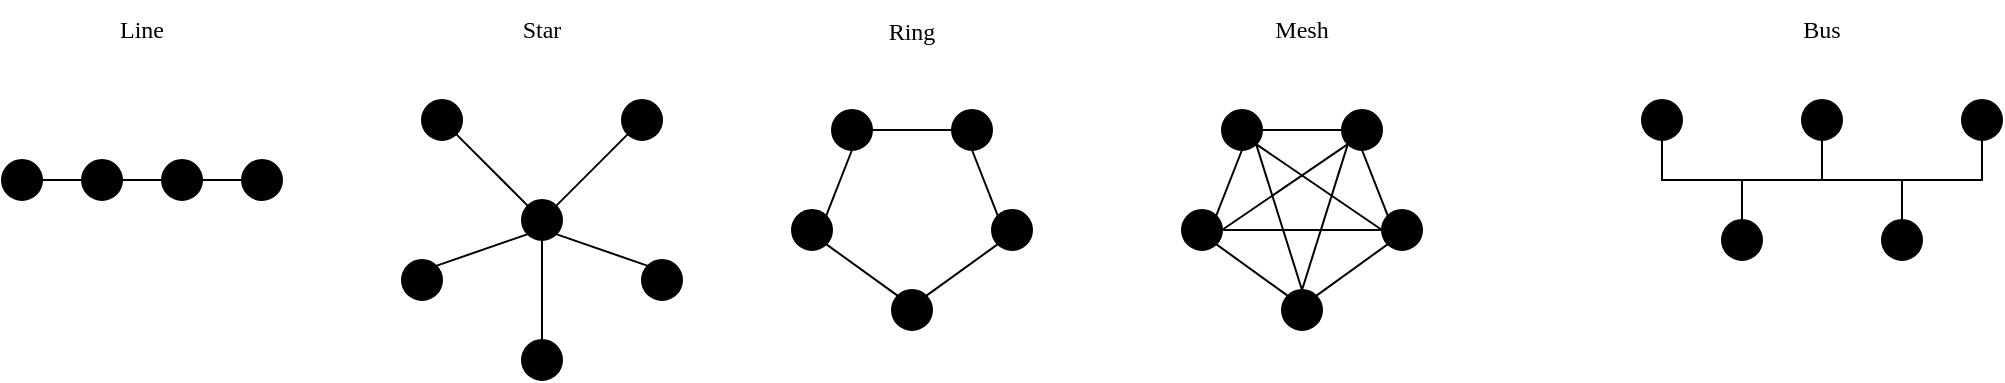
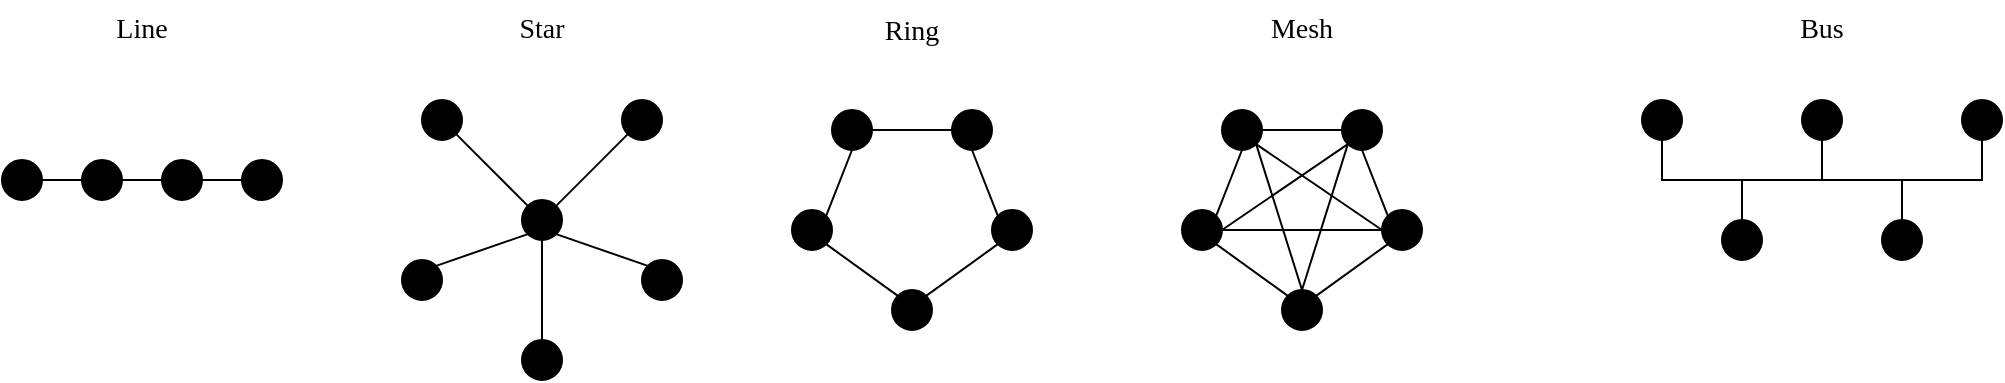
<mxfile host="app.diagrams.net">
  <diagram name="Page-1" id="yK_tbJv7rl6js9HiiblT">
-     <mxGraphModel dx="1084" dy="604" grid="1" gridSize="10" guides="1" tooltips="1" connect="1" arrows="1" fold="1" page="1" pageScale="1" pageWidth="1169" pageHeight="1654" math="0" shadow="0">
+     <mxGraphModel dx="1030" dy="574" grid="1" gridSize="10" guides="1" tooltips="1" connect="1" arrows="1" fold="1" page="1" pageScale="1" pageWidth="1169" pageHeight="1654" math="0" shadow="0">
      <root>
        <mxCell id="0" />
        <mxCell id="1" parent="0" />
-         <mxCell id="MvUgneBCIM3psvosDdLl-6" edge="1" parent="1" source="MvUgneBCIM3psvosDdLl-2" style="edgeStyle=orthogonalEdgeStyle;rounded=0;orthogonalLoop=1;jettySize=auto;html=1;exitX=1;exitY=0.5;exitDx=0;exitDy=0;entryX=0;entryY=0.5;entryDx=0;entryDy=0;endArrow=none;endFill=0;fontFamily=modern;fontSource=https%3A%2F%2Fsourceforge.net%2Fprojects%2Fcm-unicode%2F;" target="MvUgneBCIM3psvosDdLl-3">
+         <mxCell id="MvUgneBCIM3psvosDdLl-6" edge="1" parent="1" source="MvUgneBCIM3psvosDdLl-2" style="edgeStyle=orthogonalEdgeStyle;rounded=0;orthogonalLoop=1;jettySize=auto;html=1;exitX=1;exitY=0.5;exitDx=0;exitDy=0;entryX=0;entryY=0.5;entryDx=0;entryDy=0;endArrow=none;endFill=0;fontFamily=modern;fontSource=https%3A%2F%2Fsourceforge.net%2Fprojects%2Fcm-unicode%2F;fontSize=14;" target="MvUgneBCIM3psvosDdLl-3">
          <mxGeometry relative="1" as="geometry" />
        </mxCell>
-         <mxCell id="MvUgneBCIM3psvosDdLl-2" parent="1" style="ellipse;whiteSpace=wrap;html=1;aspect=fixed;fillColor=light-dark(#000000,#000000);fontFamily=modern;fontSource=https%3A%2F%2Fsourceforge.net%2Fprojects%2Fcm-unicode%2F;" value="" vertex="1">
+         <mxCell id="MvUgneBCIM3psvosDdLl-2" parent="1" style="ellipse;whiteSpace=wrap;html=1;aspect=fixed;fillColor=light-dark(#000000,#000000);fontFamily=modern;fontSource=https%3A%2F%2Fsourceforge.net%2Fprojects%2Fcm-unicode%2F;fontSize=14;" value="" vertex="1">
          <mxGeometry height="20" width="20" x="70" y="150" as="geometry" />
        </mxCell>
-         <mxCell id="MvUgneBCIM3psvosDdLl-8" edge="1" parent="1" source="MvUgneBCIM3psvosDdLl-3" style="edgeStyle=orthogonalEdgeStyle;rounded=0;orthogonalLoop=1;jettySize=auto;html=1;exitX=1;exitY=0.5;exitDx=0;exitDy=0;entryX=0;entryY=0.5;entryDx=0;entryDy=0;endArrow=none;endFill=0;fontFamily=modern;fontSource=https%3A%2F%2Fsourceforge.net%2Fprojects%2Fcm-unicode%2F;" target="MvUgneBCIM3psvosDdLl-4">
+         <mxCell id="MvUgneBCIM3psvosDdLl-8" edge="1" parent="1" source="MvUgneBCIM3psvosDdLl-3" style="edgeStyle=orthogonalEdgeStyle;rounded=0;orthogonalLoop=1;jettySize=auto;html=1;exitX=1;exitY=0.5;exitDx=0;exitDy=0;entryX=0;entryY=0.5;entryDx=0;entryDy=0;endArrow=none;endFill=0;fontFamily=modern;fontSource=https%3A%2F%2Fsourceforge.net%2Fprojects%2Fcm-unicode%2F;fontSize=14;" target="MvUgneBCIM3psvosDdLl-4">
          <mxGeometry relative="1" as="geometry" />
        </mxCell>
-         <mxCell id="MvUgneBCIM3psvosDdLl-3" parent="1" style="ellipse;whiteSpace=wrap;html=1;aspect=fixed;fillColor=light-dark(#000000,#000000);fontFamily=modern;fontSource=https%3A%2F%2Fsourceforge.net%2Fprojects%2Fcm-unicode%2F;" value="" vertex="1">
+         <mxCell id="MvUgneBCIM3psvosDdLl-3" parent="1" style="ellipse;whiteSpace=wrap;html=1;aspect=fixed;fillColor=light-dark(#000000,#000000);fontFamily=modern;fontSource=https%3A%2F%2Fsourceforge.net%2Fprojects%2Fcm-unicode%2F;fontSize=14;" value="" vertex="1">
          <mxGeometry height="20" width="20" x="110" y="150" as="geometry" />
        </mxCell>
-         <mxCell id="MvUgneBCIM3psvosDdLl-9" edge="1" parent="1" source="MvUgneBCIM3psvosDdLl-4" style="edgeStyle=orthogonalEdgeStyle;rounded=0;orthogonalLoop=1;jettySize=auto;html=1;exitX=1;exitY=0.5;exitDx=0;exitDy=0;entryX=0;entryY=0.5;entryDx=0;entryDy=0;endArrow=none;endFill=0;fontFamily=modern;fontSource=https%3A%2F%2Fsourceforge.net%2Fprojects%2Fcm-unicode%2F;" target="MvUgneBCIM3psvosDdLl-5">
+         <mxCell id="MvUgneBCIM3psvosDdLl-9" edge="1" parent="1" source="MvUgneBCIM3psvosDdLl-4" style="edgeStyle=orthogonalEdgeStyle;rounded=0;orthogonalLoop=1;jettySize=auto;html=1;exitX=1;exitY=0.5;exitDx=0;exitDy=0;entryX=0;entryY=0.5;entryDx=0;entryDy=0;endArrow=none;endFill=0;fontFamily=modern;fontSource=https%3A%2F%2Fsourceforge.net%2Fprojects%2Fcm-unicode%2F;fontSize=14;" target="MvUgneBCIM3psvosDdLl-5">
          <mxGeometry relative="1" as="geometry" />
        </mxCell>
-         <mxCell id="MvUgneBCIM3psvosDdLl-4" parent="1" style="ellipse;whiteSpace=wrap;html=1;aspect=fixed;fillColor=light-dark(#000000,#000000);fontFamily=modern;fontSource=https%3A%2F%2Fsourceforge.net%2Fprojects%2Fcm-unicode%2F;" value="" vertex="1">
+         <mxCell id="MvUgneBCIM3psvosDdLl-4" parent="1" style="ellipse;whiteSpace=wrap;html=1;aspect=fixed;fillColor=light-dark(#000000,#000000);fontFamily=modern;fontSource=https%3A%2F%2Fsourceforge.net%2Fprojects%2Fcm-unicode%2F;fontSize=14;" value="" vertex="1">
          <mxGeometry height="20" width="20" x="150" y="150" as="geometry" />
        </mxCell>
-         <mxCell id="MvUgneBCIM3psvosDdLl-5" parent="1" style="ellipse;whiteSpace=wrap;html=1;aspect=fixed;fillColor=light-dark(#000000,#000000);fontFamily=modern;fontSource=https%3A%2F%2Fsourceforge.net%2Fprojects%2Fcm-unicode%2F;" value="" vertex="1">
+         <mxCell id="MvUgneBCIM3psvosDdLl-5" parent="1" style="ellipse;whiteSpace=wrap;html=1;aspect=fixed;fillColor=light-dark(#000000,#000000);fontFamily=modern;fontSource=https%3A%2F%2Fsourceforge.net%2Fprojects%2Fcm-unicode%2F;fontSize=14;" value="" vertex="1">
          <mxGeometry height="20" width="20" x="190" y="150" as="geometry" />
        </mxCell>
-         <mxCell id="MvUgneBCIM3psvosDdLl-10" parent="1" style="ellipse;whiteSpace=wrap;html=1;aspect=fixed;fillColor=light-dark(#000000,#000000);fontFamily=modern;fontSource=https%3A%2F%2Fsourceforge.net%2Fprojects%2Fcm-unicode%2F;" value="" vertex="1">
+         <mxCell id="MvUgneBCIM3psvosDdLl-10" parent="1" style="ellipse;whiteSpace=wrap;html=1;aspect=fixed;fillColor=light-dark(#000000,#000000);fontFamily=modern;fontSource=https%3A%2F%2Fsourceforge.net%2Fprojects%2Fcm-unicode%2F;fontSize=14;" value="" vertex="1">
          <mxGeometry height="20" width="20" x="330" y="170" as="geometry" />
        </mxCell>
-         <mxCell id="MvUgneBCIM3psvosDdLl-19" edge="1" parent="1" source="MvUgneBCIM3psvosDdLl-11" style="rounded=0;orthogonalLoop=1;jettySize=auto;html=1;exitX=0;exitY=1;exitDx=0;exitDy=0;entryX=1;entryY=0;entryDx=0;entryDy=0;endArrow=none;endFill=0;fontFamily=modern;fontSource=https%3A%2F%2Fsourceforge.net%2Fprojects%2Fcm-unicode%2F;" target="MvUgneBCIM3psvosDdLl-10">
+         <mxCell id="MvUgneBCIM3psvosDdLl-19" edge="1" parent="1" source="MvUgneBCIM3psvosDdLl-11" style="rounded=0;orthogonalLoop=1;jettySize=auto;html=1;exitX=0;exitY=1;exitDx=0;exitDy=0;entryX=1;entryY=0;entryDx=0;entryDy=0;endArrow=none;endFill=0;fontFamily=modern;fontSource=https%3A%2F%2Fsourceforge.net%2Fprojects%2Fcm-unicode%2F;fontSize=14;" target="MvUgneBCIM3psvosDdLl-10">
          <mxGeometry relative="1" as="geometry" />
        </mxCell>
-         <mxCell id="MvUgneBCIM3psvosDdLl-11" parent="1" style="ellipse;whiteSpace=wrap;html=1;aspect=fixed;fillColor=light-dark(#000000,#000000);fontFamily=modern;fontSource=https%3A%2F%2Fsourceforge.net%2Fprojects%2Fcm-unicode%2F;" value="" vertex="1">
+         <mxCell id="MvUgneBCIM3psvosDdLl-11" parent="1" style="ellipse;whiteSpace=wrap;html=1;aspect=fixed;fillColor=light-dark(#000000,#000000);fontFamily=modern;fontSource=https%3A%2F%2Fsourceforge.net%2Fprojects%2Fcm-unicode%2F;fontSize=14;" value="" vertex="1">
          <mxGeometry height="20" width="20" x="380" y="120" as="geometry" />
        </mxCell>
-         <mxCell id="MvUgneBCIM3psvosDdLl-20" edge="1" parent="1" source="MvUgneBCIM3psvosDdLl-12" style="rounded=0;orthogonalLoop=1;jettySize=auto;html=1;exitX=1;exitY=1;exitDx=0;exitDy=0;entryX=0;entryY=0;entryDx=0;entryDy=0;endArrow=none;endFill=0;fontFamily=modern;fontSource=https%3A%2F%2Fsourceforge.net%2Fprojects%2Fcm-unicode%2F;" target="MvUgneBCIM3psvosDdLl-10">
+         <mxCell id="MvUgneBCIM3psvosDdLl-20" edge="1" parent="1" source="MvUgneBCIM3psvosDdLl-12" style="rounded=0;orthogonalLoop=1;jettySize=auto;html=1;exitX=1;exitY=1;exitDx=0;exitDy=0;entryX=0;entryY=0;entryDx=0;entryDy=0;endArrow=none;endFill=0;fontFamily=modern;fontSource=https%3A%2F%2Fsourceforge.net%2Fprojects%2Fcm-unicode%2F;fontSize=14;" target="MvUgneBCIM3psvosDdLl-10">
          <mxGeometry relative="1" as="geometry" />
        </mxCell>
-         <mxCell id="MvUgneBCIM3psvosDdLl-12" parent="1" style="ellipse;whiteSpace=wrap;html=1;aspect=fixed;fillColor=light-dark(#000000,#000000);fontFamily=modern;fontSource=https%3A%2F%2Fsourceforge.net%2Fprojects%2Fcm-unicode%2F;" value="" vertex="1">
+         <mxCell id="MvUgneBCIM3psvosDdLl-12" parent="1" style="ellipse;whiteSpace=wrap;html=1;aspect=fixed;fillColor=light-dark(#000000,#000000);fontFamily=modern;fontSource=https%3A%2F%2Fsourceforge.net%2Fprojects%2Fcm-unicode%2F;fontSize=14;" value="" vertex="1">
          <mxGeometry height="20" width="20" x="280" y="120" as="geometry" />
        </mxCell>
-         <mxCell id="MvUgneBCIM3psvosDdLl-16" edge="1" parent="1" source="MvUgneBCIM3psvosDdLl-13" style="rounded=0;orthogonalLoop=1;jettySize=auto;html=1;exitX=1;exitY=0;exitDx=0;exitDy=0;entryX=0;entryY=1;entryDx=0;entryDy=0;endArrow=none;endFill=0;fontFamily=modern;fontSource=https%3A%2F%2Fsourceforge.net%2Fprojects%2Fcm-unicode%2F;" target="MvUgneBCIM3psvosDdLl-10">
+         <mxCell id="MvUgneBCIM3psvosDdLl-16" edge="1" parent="1" source="MvUgneBCIM3psvosDdLl-13" style="rounded=0;orthogonalLoop=1;jettySize=auto;html=1;exitX=1;exitY=0;exitDx=0;exitDy=0;entryX=0;entryY=1;entryDx=0;entryDy=0;endArrow=none;endFill=0;fontFamily=modern;fontSource=https%3A%2F%2Fsourceforge.net%2Fprojects%2Fcm-unicode%2F;fontSize=14;" target="MvUgneBCIM3psvosDdLl-10">
          <mxGeometry relative="1" as="geometry" />
        </mxCell>
-         <mxCell id="MvUgneBCIM3psvosDdLl-13" parent="1" style="ellipse;whiteSpace=wrap;html=1;aspect=fixed;fillColor=light-dark(#000000,#000000);fontFamily=modern;fontSource=https%3A%2F%2Fsourceforge.net%2Fprojects%2Fcm-unicode%2F;" value="" vertex="1">
+         <mxCell id="MvUgneBCIM3psvosDdLl-13" parent="1" style="ellipse;whiteSpace=wrap;html=1;aspect=fixed;fillColor=light-dark(#000000,#000000);fontFamily=modern;fontSource=https%3A%2F%2Fsourceforge.net%2Fprojects%2Fcm-unicode%2F;fontSize=14;" value="" vertex="1">
          <mxGeometry height="20" width="20" x="270" y="200" as="geometry" />
        </mxCell>
-         <mxCell id="MvUgneBCIM3psvosDdLl-18" edge="1" parent="1" source="MvUgneBCIM3psvosDdLl-14" style="rounded=0;orthogonalLoop=1;jettySize=auto;html=1;exitX=0;exitY=0;exitDx=0;exitDy=0;entryX=1;entryY=1;entryDx=0;entryDy=0;endArrow=none;endFill=0;fontFamily=modern;fontSource=https%3A%2F%2Fsourceforge.net%2Fprojects%2Fcm-unicode%2F;" target="MvUgneBCIM3psvosDdLl-10">
+         <mxCell id="MvUgneBCIM3psvosDdLl-18" edge="1" parent="1" source="MvUgneBCIM3psvosDdLl-14" style="rounded=0;orthogonalLoop=1;jettySize=auto;html=1;exitX=0;exitY=0;exitDx=0;exitDy=0;entryX=1;entryY=1;entryDx=0;entryDy=0;endArrow=none;endFill=0;fontFamily=modern;fontSource=https%3A%2F%2Fsourceforge.net%2Fprojects%2Fcm-unicode%2F;fontSize=14;" target="MvUgneBCIM3psvosDdLl-10">
          <mxGeometry relative="1" as="geometry" />
        </mxCell>
-         <mxCell id="MvUgneBCIM3psvosDdLl-14" parent="1" style="ellipse;whiteSpace=wrap;html=1;aspect=fixed;fillColor=light-dark(#000000,#000000);fontFamily=modern;fontSource=https%3A%2F%2Fsourceforge.net%2Fprojects%2Fcm-unicode%2F;" value="" vertex="1">
+         <mxCell id="MvUgneBCIM3psvosDdLl-14" parent="1" style="ellipse;whiteSpace=wrap;html=1;aspect=fixed;fillColor=light-dark(#000000,#000000);fontFamily=modern;fontSource=https%3A%2F%2Fsourceforge.net%2Fprojects%2Fcm-unicode%2F;fontSize=14;" value="" vertex="1">
          <mxGeometry height="20" width="20" x="390" y="200" as="geometry" />
        </mxCell>
-         <mxCell id="MvUgneBCIM3psvosDdLl-17" edge="1" parent="1" source="MvUgneBCIM3psvosDdLl-15" style="rounded=0;orthogonalLoop=1;jettySize=auto;html=1;exitX=0.5;exitY=0;exitDx=0;exitDy=0;entryX=0.5;entryY=1;entryDx=0;entryDy=0;endArrow=none;endFill=0;fontFamily=modern;fontSource=https%3A%2F%2Fsourceforge.net%2Fprojects%2Fcm-unicode%2F;" target="MvUgneBCIM3psvosDdLl-10">
+         <mxCell id="MvUgneBCIM3psvosDdLl-17" edge="1" parent="1" source="MvUgneBCIM3psvosDdLl-15" style="rounded=0;orthogonalLoop=1;jettySize=auto;html=1;exitX=0.5;exitY=0;exitDx=0;exitDy=0;entryX=0.5;entryY=1;entryDx=0;entryDy=0;endArrow=none;endFill=0;fontFamily=modern;fontSource=https%3A%2F%2Fsourceforge.net%2Fprojects%2Fcm-unicode%2F;fontSize=14;" target="MvUgneBCIM3psvosDdLl-10">
          <mxGeometry relative="1" as="geometry" />
        </mxCell>
-         <mxCell id="MvUgneBCIM3psvosDdLl-15" parent="1" style="ellipse;whiteSpace=wrap;html=1;aspect=fixed;fillColor=light-dark(#000000,#000000);fontFamily=modern;fontSource=https%3A%2F%2Fsourceforge.net%2Fprojects%2Fcm-unicode%2F;" value="" vertex="1">
+         <mxCell id="MvUgneBCIM3psvosDdLl-15" parent="1" style="ellipse;whiteSpace=wrap;html=1;aspect=fixed;fillColor=light-dark(#000000,#000000);fontFamily=modern;fontSource=https%3A%2F%2Fsourceforge.net%2Fprojects%2Fcm-unicode%2F;fontSize=14;" value="" vertex="1">
          <mxGeometry height="20" width="20" x="330" y="240" as="geometry" />
        </mxCell>
-         <mxCell id="MvUgneBCIM3psvosDdLl-35" edge="1" parent="1" source="MvUgneBCIM3psvosDdLl-23" style="rounded=0;orthogonalLoop=1;jettySize=auto;html=1;exitX=0;exitY=0.5;exitDx=0;exitDy=0;entryX=1;entryY=0.5;entryDx=0;entryDy=0;endArrow=none;endFill=0;fontFamily=modern;fontSource=https%3A%2F%2Fsourceforge.net%2Fprojects%2Fcm-unicode%2F;" target="MvUgneBCIM3psvosDdLl-25">
+         <mxCell id="MvUgneBCIM3psvosDdLl-35" edge="1" parent="1" source="MvUgneBCIM3psvosDdLl-23" style="rounded=0;orthogonalLoop=1;jettySize=auto;html=1;exitX=0;exitY=0.5;exitDx=0;exitDy=0;entryX=1;entryY=0.5;entryDx=0;entryDy=0;endArrow=none;endFill=0;fontFamily=modern;fontSource=https%3A%2F%2Fsourceforge.net%2Fprojects%2Fcm-unicode%2F;fontSize=14;" target="MvUgneBCIM3psvosDdLl-25">
          <mxGeometry relative="1" as="geometry" />
        </mxCell>
-         <mxCell id="MvUgneBCIM3psvosDdLl-23" parent="1" style="ellipse;whiteSpace=wrap;html=1;aspect=fixed;fillColor=light-dark(#000000,#000000);fontFamily=modern;fontSource=https%3A%2F%2Fsourceforge.net%2Fprojects%2Fcm-unicode%2F;" value="" vertex="1">
+         <mxCell id="MvUgneBCIM3psvosDdLl-23" parent="1" style="ellipse;whiteSpace=wrap;html=1;aspect=fixed;fillColor=light-dark(#000000,#000000);fontFamily=modern;fontSource=https%3A%2F%2Fsourceforge.net%2Fprojects%2Fcm-unicode%2F;fontSize=14;" value="" vertex="1">
          <mxGeometry height="20" width="20" x="545" y="125" as="geometry" />
        </mxCell>
-         <mxCell id="MvUgneBCIM3psvosDdLl-36" edge="1" parent="1" source="MvUgneBCIM3psvosDdLl-25" style="rounded=0;orthogonalLoop=1;jettySize=auto;html=1;exitX=0.5;exitY=1;exitDx=0;exitDy=0;entryX=1;entryY=0;entryDx=0;entryDy=0;endArrow=none;endFill=0;fontFamily=modern;fontSource=https%3A%2F%2Fsourceforge.net%2Fprojects%2Fcm-unicode%2F;" target="MvUgneBCIM3psvosDdLl-27">
+         <mxCell id="MvUgneBCIM3psvosDdLl-36" edge="1" parent="1" source="MvUgneBCIM3psvosDdLl-25" style="rounded=0;orthogonalLoop=1;jettySize=auto;html=1;exitX=0.5;exitY=1;exitDx=0;exitDy=0;entryX=1;entryY=0;entryDx=0;entryDy=0;endArrow=none;endFill=0;fontFamily=modern;fontSource=https%3A%2F%2Fsourceforge.net%2Fprojects%2Fcm-unicode%2F;fontSize=14;" target="MvUgneBCIM3psvosDdLl-27">
          <mxGeometry relative="1" as="geometry" />
        </mxCell>
-         <mxCell id="MvUgneBCIM3psvosDdLl-25" parent="1" style="ellipse;whiteSpace=wrap;html=1;aspect=fixed;fillColor=light-dark(#000000,#000000);fontFamily=modern;fontSource=https%3A%2F%2Fsourceforge.net%2Fprojects%2Fcm-unicode%2F;" value="" vertex="1">
+         <mxCell id="MvUgneBCIM3psvosDdLl-25" parent="1" style="ellipse;whiteSpace=wrap;html=1;aspect=fixed;fillColor=light-dark(#000000,#000000);fontFamily=modern;fontSource=https%3A%2F%2Fsourceforge.net%2Fprojects%2Fcm-unicode%2F;fontSize=14;" value="" vertex="1">
          <mxGeometry height="20" width="20" x="485" y="125" as="geometry" />
        </mxCell>
-         <mxCell id="MvUgneBCIM3psvosDdLl-27" parent="1" style="ellipse;whiteSpace=wrap;html=1;aspect=fixed;fillColor=light-dark(#000000,#000000);fontFamily=modern;fontSource=https%3A%2F%2Fsourceforge.net%2Fprojects%2Fcm-unicode%2F;" value="" vertex="1">
+         <mxCell id="MvUgneBCIM3psvosDdLl-27" parent="1" style="ellipse;whiteSpace=wrap;html=1;aspect=fixed;fillColor=light-dark(#000000,#000000);fontFamily=modern;fontSource=https%3A%2F%2Fsourceforge.net%2Fprojects%2Fcm-unicode%2F;fontSize=14;" value="" vertex="1">
          <mxGeometry height="20" width="20" x="465" y="175" as="geometry" />
        </mxCell>
-         <mxCell id="MvUgneBCIM3psvosDdLl-39" edge="1" parent="1" source="MvUgneBCIM3psvosDdLl-29" style="rounded=0;orthogonalLoop=1;jettySize=auto;html=1;exitX=0;exitY=0;exitDx=0;exitDy=0;entryX=0.5;entryY=1;entryDx=0;entryDy=0;endArrow=none;endFill=0;fontFamily=modern;fontSource=https%3A%2F%2Fsourceforge.net%2Fprojects%2Fcm-unicode%2F;" target="MvUgneBCIM3psvosDdLl-23">
+         <mxCell id="MvUgneBCIM3psvosDdLl-39" edge="1" parent="1" source="MvUgneBCIM3psvosDdLl-29" style="rounded=0;orthogonalLoop=1;jettySize=auto;html=1;exitX=0;exitY=0;exitDx=0;exitDy=0;entryX=0.5;entryY=1;entryDx=0;entryDy=0;endArrow=none;endFill=0;fontFamily=modern;fontSource=https%3A%2F%2Fsourceforge.net%2Fprojects%2Fcm-unicode%2F;fontSize=14;" target="MvUgneBCIM3psvosDdLl-23">
          <mxGeometry relative="1" as="geometry" />
        </mxCell>
-         <mxCell id="MvUgneBCIM3psvosDdLl-29" parent="1" style="ellipse;whiteSpace=wrap;html=1;aspect=fixed;fillColor=light-dark(#000000,#000000);fontFamily=modern;fontSource=https%3A%2F%2Fsourceforge.net%2Fprojects%2Fcm-unicode%2F;" value="" vertex="1">
+         <mxCell id="MvUgneBCIM3psvosDdLl-29" parent="1" style="ellipse;whiteSpace=wrap;html=1;aspect=fixed;fillColor=light-dark(#000000,#000000);fontFamily=modern;fontSource=https%3A%2F%2Fsourceforge.net%2Fprojects%2Fcm-unicode%2F;fontSize=14;" value="" vertex="1">
          <mxGeometry height="20" width="20" x="565" y="175" as="geometry" />
        </mxCell>
-         <mxCell id="MvUgneBCIM3psvosDdLl-32" edge="1" parent="1" source="MvUgneBCIM3psvosDdLl-31" style="rounded=0;orthogonalLoop=1;jettySize=auto;html=1;exitX=0;exitY=0;exitDx=0;exitDy=0;entryX=1;entryY=1;entryDx=0;entryDy=0;endArrow=none;endFill=0;fontFamily=modern;fontSource=https%3A%2F%2Fsourceforge.net%2Fprojects%2Fcm-unicode%2F;" target="MvUgneBCIM3psvosDdLl-27">
+         <mxCell id="MvUgneBCIM3psvosDdLl-32" edge="1" parent="1" source="MvUgneBCIM3psvosDdLl-31" style="rounded=0;orthogonalLoop=1;jettySize=auto;html=1;exitX=0;exitY=0;exitDx=0;exitDy=0;entryX=1;entryY=1;entryDx=0;entryDy=0;endArrow=none;endFill=0;fontFamily=modern;fontSource=https%3A%2F%2Fsourceforge.net%2Fprojects%2Fcm-unicode%2F;fontSize=14;" target="MvUgneBCIM3psvosDdLl-27">
          <mxGeometry relative="1" as="geometry" />
        </mxCell>
-         <mxCell id="MvUgneBCIM3psvosDdLl-33" edge="1" parent="1" source="MvUgneBCIM3psvosDdLl-31" style="rounded=0;orthogonalLoop=1;jettySize=auto;html=1;exitX=1;exitY=0;exitDx=0;exitDy=0;entryX=0;entryY=1;entryDx=0;entryDy=0;endArrow=none;endFill=0;fontFamily=modern;fontSource=https%3A%2F%2Fsourceforge.net%2Fprojects%2Fcm-unicode%2F;" target="MvUgneBCIM3psvosDdLl-29">
+         <mxCell id="MvUgneBCIM3psvosDdLl-33" edge="1" parent="1" source="MvUgneBCIM3psvosDdLl-31" style="rounded=0;orthogonalLoop=1;jettySize=auto;html=1;exitX=1;exitY=0;exitDx=0;exitDy=0;entryX=0;entryY=1;entryDx=0;entryDy=0;endArrow=none;endFill=0;fontFamily=modern;fontSource=https%3A%2F%2Fsourceforge.net%2Fprojects%2Fcm-unicode%2F;fontSize=14;" target="MvUgneBCIM3psvosDdLl-29">
          <mxGeometry relative="1" as="geometry" />
        </mxCell>
-         <mxCell id="MvUgneBCIM3psvosDdLl-31" parent="1" style="ellipse;whiteSpace=wrap;html=1;aspect=fixed;fillColor=light-dark(#000000,#000000);fontFamily=modern;fontSource=https%3A%2F%2Fsourceforge.net%2Fprojects%2Fcm-unicode%2F;" value="" vertex="1">
+         <mxCell id="MvUgneBCIM3psvosDdLl-31" parent="1" style="ellipse;whiteSpace=wrap;html=1;aspect=fixed;fillColor=light-dark(#000000,#000000);fontFamily=modern;fontSource=https%3A%2F%2Fsourceforge.net%2Fprojects%2Fcm-unicode%2F;fontSize=14;" value="" vertex="1">
          <mxGeometry height="20" width="20" x="515" y="215" as="geometry" />
        </mxCell>
-         <mxCell id="MvUgneBCIM3psvosDdLl-41" edge="1" parent="1" source="MvUgneBCIM3psvosDdLl-42" style="rounded=0;orthogonalLoop=1;jettySize=auto;html=1;exitX=0;exitY=0.5;exitDx=0;exitDy=0;entryX=1;entryY=0.5;entryDx=0;entryDy=0;endArrow=none;endFill=0;fontFamily=modern;fontSource=https%3A%2F%2Fsourceforge.net%2Fprojects%2Fcm-unicode%2F;" target="MvUgneBCIM3psvosDdLl-44">
+         <mxCell id="MvUgneBCIM3psvosDdLl-41" edge="1" parent="1" source="MvUgneBCIM3psvosDdLl-42" style="rounded=0;orthogonalLoop=1;jettySize=auto;html=1;exitX=0;exitY=0.5;exitDx=0;exitDy=0;entryX=1;entryY=0.5;entryDx=0;entryDy=0;endArrow=none;endFill=0;fontFamily=modern;fontSource=https%3A%2F%2Fsourceforge.net%2Fprojects%2Fcm-unicode%2F;fontSize=14;" target="MvUgneBCIM3psvosDdLl-44">
          <mxGeometry relative="1" as="geometry" />
        </mxCell>
-         <mxCell id="MvUgneBCIM3psvosDdLl-51" edge="1" parent="1" source="MvUgneBCIM3psvosDdLl-42" style="rounded=0;orthogonalLoop=1;jettySize=auto;html=1;exitX=0;exitY=1;exitDx=0;exitDy=0;entryX=1;entryY=0.5;entryDx=0;entryDy=0;endArrow=none;endFill=0;fontFamily=modern;fontSource=https%3A%2F%2Fsourceforge.net%2Fprojects%2Fcm-unicode%2F;" target="MvUgneBCIM3psvosDdLl-45">
+         <mxCell id="MvUgneBCIM3psvosDdLl-51" edge="1" parent="1" source="MvUgneBCIM3psvosDdLl-42" style="rounded=0;orthogonalLoop=1;jettySize=auto;html=1;exitX=0;exitY=1;exitDx=0;exitDy=0;entryX=1;entryY=0.5;entryDx=0;entryDy=0;endArrow=none;endFill=0;fontFamily=modern;fontSource=https%3A%2F%2Fsourceforge.net%2Fprojects%2Fcm-unicode%2F;fontSize=14;" target="MvUgneBCIM3psvosDdLl-45">
          <mxGeometry relative="1" as="geometry" />
        </mxCell>
-         <mxCell id="MvUgneBCIM3psvosDdLl-52" edge="1" parent="1" source="MvUgneBCIM3psvosDdLl-42" style="rounded=0;orthogonalLoop=1;jettySize=auto;html=1;exitX=0;exitY=1;exitDx=0;exitDy=0;entryX=0.5;entryY=0;entryDx=0;entryDy=0;endArrow=none;endFill=0;fontFamily=modern;fontSource=https%3A%2F%2Fsourceforge.net%2Fprojects%2Fcm-unicode%2F;" target="MvUgneBCIM3psvosDdLl-50">
+         <mxCell id="MvUgneBCIM3psvosDdLl-52" edge="1" parent="1" source="MvUgneBCIM3psvosDdLl-42" style="rounded=0;orthogonalLoop=1;jettySize=auto;html=1;exitX=0;exitY=1;exitDx=0;exitDy=0;entryX=0.5;entryY=0;entryDx=0;entryDy=0;endArrow=none;endFill=0;fontFamily=modern;fontSource=https%3A%2F%2Fsourceforge.net%2Fprojects%2Fcm-unicode%2F;fontSize=14;" target="MvUgneBCIM3psvosDdLl-50">
          <mxGeometry relative="1" as="geometry" />
        </mxCell>
-         <mxCell id="MvUgneBCIM3psvosDdLl-42" parent="1" style="ellipse;whiteSpace=wrap;html=1;aspect=fixed;fillColor=light-dark(#000000,#000000);fontFamily=modern;fontSource=https%3A%2F%2Fsourceforge.net%2Fprojects%2Fcm-unicode%2F;" value="" vertex="1">
+         <mxCell id="MvUgneBCIM3psvosDdLl-42" parent="1" style="ellipse;whiteSpace=wrap;html=1;aspect=fixed;fillColor=light-dark(#000000,#000000);fontFamily=modern;fontSource=https%3A%2F%2Fsourceforge.net%2Fprojects%2Fcm-unicode%2F;fontSize=14;" value="" vertex="1">
          <mxGeometry height="20" width="20" x="740" y="125" as="geometry" />
        </mxCell>
-         <mxCell id="MvUgneBCIM3psvosDdLl-43" edge="1" parent="1" source="MvUgneBCIM3psvosDdLl-44" style="rounded=0;orthogonalLoop=1;jettySize=auto;html=1;exitX=0.5;exitY=1;exitDx=0;exitDy=0;entryX=1;entryY=0;entryDx=0;entryDy=0;endArrow=none;endFill=0;fontFamily=modern;fontSource=https%3A%2F%2Fsourceforge.net%2Fprojects%2Fcm-unicode%2F;" target="MvUgneBCIM3psvosDdLl-45">
+         <mxCell id="MvUgneBCIM3psvosDdLl-43" edge="1" parent="1" source="MvUgneBCIM3psvosDdLl-44" style="rounded=0;orthogonalLoop=1;jettySize=auto;html=1;exitX=0.5;exitY=1;exitDx=0;exitDy=0;entryX=1;entryY=0;entryDx=0;entryDy=0;endArrow=none;endFill=0;fontFamily=modern;fontSource=https%3A%2F%2Fsourceforge.net%2Fprojects%2Fcm-unicode%2F;fontSize=14;" target="MvUgneBCIM3psvosDdLl-45">
          <mxGeometry relative="1" as="geometry" />
        </mxCell>
-         <mxCell id="MvUgneBCIM3psvosDdLl-55" edge="1" parent="1" source="MvUgneBCIM3psvosDdLl-44" style="rounded=0;orthogonalLoop=1;jettySize=auto;html=1;exitX=1;exitY=1;exitDx=0;exitDy=0;entryX=0.5;entryY=0;entryDx=0;entryDy=0;endArrow=none;endFill=0;fontFamily=modern;fontSource=https%3A%2F%2Fsourceforge.net%2Fprojects%2Fcm-unicode%2F;" target="MvUgneBCIM3psvosDdLl-50">
+         <mxCell id="MvUgneBCIM3psvosDdLl-55" edge="1" parent="1" source="MvUgneBCIM3psvosDdLl-44" style="rounded=0;orthogonalLoop=1;jettySize=auto;html=1;exitX=1;exitY=1;exitDx=0;exitDy=0;entryX=0.5;entryY=0;entryDx=0;entryDy=0;endArrow=none;endFill=0;fontFamily=modern;fontSource=https%3A%2F%2Fsourceforge.net%2Fprojects%2Fcm-unicode%2F;fontSize=14;" target="MvUgneBCIM3psvosDdLl-50">
          <mxGeometry relative="1" as="geometry" />
        </mxCell>
-         <mxCell id="MvUgneBCIM3psvosDdLl-44" parent="1" style="ellipse;whiteSpace=wrap;html=1;aspect=fixed;fillColor=light-dark(#000000,#000000);fontFamily=modern;fontSource=https%3A%2F%2Fsourceforge.net%2Fprojects%2Fcm-unicode%2F;" value="" vertex="1">
+         <mxCell id="MvUgneBCIM3psvosDdLl-44" parent="1" style="ellipse;whiteSpace=wrap;html=1;aspect=fixed;fillColor=light-dark(#000000,#000000);fontFamily=modern;fontSource=https%3A%2F%2Fsourceforge.net%2Fprojects%2Fcm-unicode%2F;fontSize=14;" value="" vertex="1">
          <mxGeometry height="20" width="20" x="680" y="125" as="geometry" />
        </mxCell>
-         <mxCell id="MvUgneBCIM3psvosDdLl-45" parent="1" style="ellipse;whiteSpace=wrap;html=1;aspect=fixed;fillColor=light-dark(#000000,#000000);fontFamily=modern;fontSource=https%3A%2F%2Fsourceforge.net%2Fprojects%2Fcm-unicode%2F;" value="" vertex="1">
+         <mxCell id="MvUgneBCIM3psvosDdLl-45" parent="1" style="ellipse;whiteSpace=wrap;html=1;aspect=fixed;fillColor=light-dark(#000000,#000000);fontFamily=modern;fontSource=https%3A%2F%2Fsourceforge.net%2Fprojects%2Fcm-unicode%2F;fontSize=14;" value="" vertex="1">
          <mxGeometry height="20" width="20" x="660" y="175" as="geometry" />
        </mxCell>
-         <mxCell id="MvUgneBCIM3psvosDdLl-46" edge="1" parent="1" source="MvUgneBCIM3psvosDdLl-47" style="rounded=0;orthogonalLoop=1;jettySize=auto;html=1;exitX=0;exitY=0;exitDx=0;exitDy=0;entryX=0.5;entryY=1;entryDx=0;entryDy=0;endArrow=none;endFill=0;fontFamily=modern;fontSource=https%3A%2F%2Fsourceforge.net%2Fprojects%2Fcm-unicode%2F;" target="MvUgneBCIM3psvosDdLl-42">
+         <mxCell id="MvUgneBCIM3psvosDdLl-46" edge="1" parent="1" source="MvUgneBCIM3psvosDdLl-47" style="rounded=0;orthogonalLoop=1;jettySize=auto;html=1;exitX=0;exitY=0;exitDx=0;exitDy=0;entryX=0.5;entryY=1;entryDx=0;entryDy=0;endArrow=none;endFill=0;fontFamily=modern;fontSource=https%3A%2F%2Fsourceforge.net%2Fprojects%2Fcm-unicode%2F;fontSize=14;" target="MvUgneBCIM3psvosDdLl-42">
          <mxGeometry relative="1" as="geometry" />
        </mxCell>
-         <mxCell id="MvUgneBCIM3psvosDdLl-53" edge="1" parent="1" style="rounded=0;orthogonalLoop=1;jettySize=auto;html=1;entryX=1;entryY=0.5;entryDx=0;entryDy=0;endArrow=none;endFill=0;fontFamily=modern;fontSource=https%3A%2F%2Fsourceforge.net%2Fprojects%2Fcm-unicode%2F;" target="MvUgneBCIM3psvosDdLl-45">
+         <mxCell id="MvUgneBCIM3psvosDdLl-53" edge="1" parent="1" style="rounded=0;orthogonalLoop=1;jettySize=auto;html=1;entryX=1;entryY=0.5;entryDx=0;entryDy=0;endArrow=none;endFill=0;fontFamily=modern;fontSource=https%3A%2F%2Fsourceforge.net%2Fprojects%2Fcm-unicode%2F;fontSize=14;" target="MvUgneBCIM3psvosDdLl-45">
          <mxGeometry relative="1" as="geometry">
            <mxPoint x="760" y="185" as="sourcePoint" />
          </mxGeometry>
        </mxCell>
-         <mxCell id="MvUgneBCIM3psvosDdLl-54" edge="1" parent="1" source="MvUgneBCIM3psvosDdLl-47" style="rounded=0;orthogonalLoop=1;jettySize=auto;html=1;exitX=0;exitY=0.5;exitDx=0;exitDy=0;entryX=1;entryY=1;entryDx=0;entryDy=0;endArrow=none;endFill=0;fontFamily=modern;fontSource=https%3A%2F%2Fsourceforge.net%2Fprojects%2Fcm-unicode%2F;" target="MvUgneBCIM3psvosDdLl-44">
+         <mxCell id="MvUgneBCIM3psvosDdLl-54" edge="1" parent="1" source="MvUgneBCIM3psvosDdLl-47" style="rounded=0;orthogonalLoop=1;jettySize=auto;html=1;exitX=0;exitY=0.5;exitDx=0;exitDy=0;entryX=1;entryY=1;entryDx=0;entryDy=0;endArrow=none;endFill=0;fontFamily=modern;fontSource=https%3A%2F%2Fsourceforge.net%2Fprojects%2Fcm-unicode%2F;fontSize=14;" target="MvUgneBCIM3psvosDdLl-44">
          <mxGeometry relative="1" as="geometry" />
        </mxCell>
-         <mxCell id="MvUgneBCIM3psvosDdLl-47" parent="1" style="ellipse;whiteSpace=wrap;html=1;aspect=fixed;fillColor=light-dark(#000000,#000000);fontFamily=modern;fontSource=https%3A%2F%2Fsourceforge.net%2Fprojects%2Fcm-unicode%2F;" value="" vertex="1">
+         <mxCell id="MvUgneBCIM3psvosDdLl-47" parent="1" style="ellipse;whiteSpace=wrap;html=1;aspect=fixed;fillColor=light-dark(#000000,#000000);fontFamily=modern;fontSource=https%3A%2F%2Fsourceforge.net%2Fprojects%2Fcm-unicode%2F;fontSize=14;" value="" vertex="1">
          <mxGeometry height="20" width="20" x="760" y="175" as="geometry" />
        </mxCell>
-         <mxCell id="MvUgneBCIM3psvosDdLl-48" edge="1" parent="1" source="MvUgneBCIM3psvosDdLl-50" style="rounded=0;orthogonalLoop=1;jettySize=auto;html=1;exitX=0;exitY=0;exitDx=0;exitDy=0;entryX=1;entryY=1;entryDx=0;entryDy=0;endArrow=none;endFill=0;fontFamily=modern;fontSource=https%3A%2F%2Fsourceforge.net%2Fprojects%2Fcm-unicode%2F;" target="MvUgneBCIM3psvosDdLl-45">
+         <mxCell id="MvUgneBCIM3psvosDdLl-48" edge="1" parent="1" source="MvUgneBCIM3psvosDdLl-50" style="rounded=0;orthogonalLoop=1;jettySize=auto;html=1;exitX=0;exitY=0;exitDx=0;exitDy=0;entryX=1;entryY=1;entryDx=0;entryDy=0;endArrow=none;endFill=0;fontFamily=modern;fontSource=https%3A%2F%2Fsourceforge.net%2Fprojects%2Fcm-unicode%2F;fontSize=14;" target="MvUgneBCIM3psvosDdLl-45">
          <mxGeometry relative="1" as="geometry" />
        </mxCell>
-         <mxCell id="MvUgneBCIM3psvosDdLl-49" edge="1" parent="1" source="MvUgneBCIM3psvosDdLl-50" style="rounded=0;orthogonalLoop=1;jettySize=auto;html=1;exitX=1;exitY=0;exitDx=0;exitDy=0;entryX=0;entryY=1;entryDx=0;entryDy=0;endArrow=none;endFill=0;fontFamily=modern;fontSource=https%3A%2F%2Fsourceforge.net%2Fprojects%2Fcm-unicode%2F;" target="MvUgneBCIM3psvosDdLl-47">
+         <mxCell id="MvUgneBCIM3psvosDdLl-49" edge="1" parent="1" source="MvUgneBCIM3psvosDdLl-50" style="rounded=0;orthogonalLoop=1;jettySize=auto;html=1;exitX=1;exitY=0;exitDx=0;exitDy=0;entryX=0;entryY=1;entryDx=0;entryDy=0;endArrow=none;endFill=0;fontFamily=modern;fontSource=https%3A%2F%2Fsourceforge.net%2Fprojects%2Fcm-unicode%2F;fontSize=14;" target="MvUgneBCIM3psvosDdLl-47">
          <mxGeometry relative="1" as="geometry" />
        </mxCell>
-         <mxCell id="MvUgneBCIM3psvosDdLl-50" parent="1" style="ellipse;whiteSpace=wrap;html=1;aspect=fixed;fillColor=light-dark(#000000,#000000);fontFamily=modern;fontSource=https%3A%2F%2Fsourceforge.net%2Fprojects%2Fcm-unicode%2F;" value="" vertex="1">
+         <mxCell id="MvUgneBCIM3psvosDdLl-50" parent="1" style="ellipse;whiteSpace=wrap;html=1;aspect=fixed;fillColor=light-dark(#000000,#000000);fontFamily=modern;fontSource=https%3A%2F%2Fsourceforge.net%2Fprojects%2Fcm-unicode%2F;fontSize=14;" value="" vertex="1">
          <mxGeometry height="20" width="20" x="710" y="215" as="geometry" />
        </mxCell>
-         <mxCell id="MvUgneBCIM3psvosDdLl-56" parent="1" style="ellipse;whiteSpace=wrap;html=1;aspect=fixed;fillColor=light-dark(#000000,#000000);fontFamily=modern;fontSource=https%3A%2F%2Fsourceforge.net%2Fprojects%2Fcm-unicode%2F;" value="" vertex="1">
+         <mxCell id="MvUgneBCIM3psvosDdLl-56" parent="1" style="ellipse;whiteSpace=wrap;html=1;aspect=fixed;fillColor=light-dark(#000000,#000000);fontFamily=modern;fontSource=https%3A%2F%2Fsourceforge.net%2Fprojects%2Fcm-unicode%2F;fontSize=14;" value="" vertex="1">
          <mxGeometry height="20" width="20" x="890" y="120" as="geometry" />
        </mxCell>
-         <mxCell id="MvUgneBCIM3psvosDdLl-62" edge="1" parent="1" source="MvUgneBCIM3psvosDdLl-57" style="edgeStyle=orthogonalEdgeStyle;rounded=0;orthogonalLoop=1;jettySize=auto;html=1;exitX=0.5;exitY=1;exitDx=0;exitDy=0;entryX=0.5;entryY=0;entryDx=0;entryDy=0;endArrow=none;endFill=0;fontFamily=modern;fontSource=https%3A%2F%2Fsourceforge.net%2Fprojects%2Fcm-unicode%2F;" target="MvUgneBCIM3psvosDdLl-59">
+         <mxCell id="MvUgneBCIM3psvosDdLl-62" edge="1" parent="1" source="MvUgneBCIM3psvosDdLl-57" style="edgeStyle=orthogonalEdgeStyle;rounded=0;orthogonalLoop=1;jettySize=auto;html=1;exitX=0.5;exitY=1;exitDx=0;exitDy=0;entryX=0.5;entryY=0;entryDx=0;entryDy=0;endArrow=none;endFill=0;fontFamily=modern;fontSource=https%3A%2F%2Fsourceforge.net%2Fprojects%2Fcm-unicode%2F;fontSize=14;" target="MvUgneBCIM3psvosDdLl-59">
          <mxGeometry relative="1" as="geometry">
            <Array as="points">
              <mxPoint x="980" y="160" />
              <mxPoint x="940" y="160" />
            </Array>
          </mxGeometry>
        </mxCell>
-         <mxCell id="MvUgneBCIM3psvosDdLl-57" parent="1" style="ellipse;whiteSpace=wrap;html=1;aspect=fixed;fillColor=light-dark(#000000,#000000);fontFamily=modern;fontSource=https%3A%2F%2Fsourceforge.net%2Fprojects%2Fcm-unicode%2F;" value="" vertex="1">
+         <mxCell id="MvUgneBCIM3psvosDdLl-57" parent="1" style="ellipse;whiteSpace=wrap;html=1;aspect=fixed;fillColor=light-dark(#000000,#000000);fontFamily=modern;fontSource=https%3A%2F%2Fsourceforge.net%2Fprojects%2Fcm-unicode%2F;fontSize=14;" value="" vertex="1">
          <mxGeometry height="20" width="20" x="970" y="120" as="geometry" />
        </mxCell>
-         <mxCell id="MvUgneBCIM3psvosDdLl-58" parent="1" style="ellipse;whiteSpace=wrap;html=1;aspect=fixed;fillColor=light-dark(#000000,#000000);fontFamily=modern;fontSource=https%3A%2F%2Fsourceforge.net%2Fprojects%2Fcm-unicode%2F;" value="" vertex="1">
+         <mxCell id="MvUgneBCIM3psvosDdLl-58" parent="1" style="ellipse;whiteSpace=wrap;html=1;aspect=fixed;fillColor=light-dark(#000000,#000000);fontFamily=modern;fontSource=https%3A%2F%2Fsourceforge.net%2Fprojects%2Fcm-unicode%2F;fontSize=14;" value="" vertex="1">
          <mxGeometry height="20" width="20" x="1050" y="120" as="geometry" />
        </mxCell>
-         <mxCell id="MvUgneBCIM3psvosDdLl-61" edge="1" parent="1" source="MvUgneBCIM3psvosDdLl-59" style="edgeStyle=orthogonalEdgeStyle;rounded=0;orthogonalLoop=1;jettySize=auto;html=1;exitX=0.5;exitY=0;exitDx=0;exitDy=0;entryX=0.5;entryY=1;entryDx=0;entryDy=0;endArrow=none;endFill=0;fontFamily=modern;fontSource=https%3A%2F%2Fsourceforge.net%2Fprojects%2Fcm-unicode%2F;" target="MvUgneBCIM3psvosDdLl-56">
+         <mxCell id="MvUgneBCIM3psvosDdLl-61" edge="1" parent="1" source="MvUgneBCIM3psvosDdLl-59" style="edgeStyle=orthogonalEdgeStyle;rounded=0;orthogonalLoop=1;jettySize=auto;html=1;exitX=0.5;exitY=0;exitDx=0;exitDy=0;entryX=0.5;entryY=1;entryDx=0;entryDy=0;endArrow=none;endFill=0;fontFamily=modern;fontSource=https%3A%2F%2Fsourceforge.net%2Fprojects%2Fcm-unicode%2F;fontSize=14;" target="MvUgneBCIM3psvosDdLl-56">
          <mxGeometry relative="1" as="geometry">
            <Array as="points">
              <mxPoint x="940" y="160" />
              <mxPoint x="900" y="160" />
            </Array>
          </mxGeometry>
        </mxCell>
-         <mxCell id="MvUgneBCIM3psvosDdLl-59" parent="1" style="ellipse;whiteSpace=wrap;html=1;aspect=fixed;fillColor=light-dark(#000000,#000000);fontFamily=modern;fontSource=https%3A%2F%2Fsourceforge.net%2Fprojects%2Fcm-unicode%2F;" value="" vertex="1">
+         <mxCell id="MvUgneBCIM3psvosDdLl-59" parent="1" style="ellipse;whiteSpace=wrap;html=1;aspect=fixed;fillColor=light-dark(#000000,#000000);fontFamily=modern;fontSource=https%3A%2F%2Fsourceforge.net%2Fprojects%2Fcm-unicode%2F;fontSize=14;" value="" vertex="1">
          <mxGeometry height="20" width="20" x="930" y="180" as="geometry" />
        </mxCell>
-         <mxCell id="MvUgneBCIM3psvosDdLl-63" edge="1" parent="1" source="MvUgneBCIM3psvosDdLl-60" style="edgeStyle=orthogonalEdgeStyle;rounded=0;orthogonalLoop=1;jettySize=auto;html=1;exitX=0.5;exitY=0;exitDx=0;exitDy=0;entryX=0.5;entryY=1;entryDx=0;entryDy=0;endArrow=none;endFill=0;fontFamily=modern;fontSource=https%3A%2F%2Fsourceforge.net%2Fprojects%2Fcm-unicode%2F;" target="MvUgneBCIM3psvosDdLl-57">
+         <mxCell id="MvUgneBCIM3psvosDdLl-63" edge="1" parent="1" source="MvUgneBCIM3psvosDdLl-60" style="edgeStyle=orthogonalEdgeStyle;rounded=0;orthogonalLoop=1;jettySize=auto;html=1;exitX=0.5;exitY=0;exitDx=0;exitDy=0;entryX=0.5;entryY=1;entryDx=0;entryDy=0;endArrow=none;endFill=0;fontFamily=modern;fontSource=https%3A%2F%2Fsourceforge.net%2Fprojects%2Fcm-unicode%2F;fontSize=14;" target="MvUgneBCIM3psvosDdLl-57">
          <mxGeometry relative="1" as="geometry" />
        </mxCell>
-         <mxCell id="MvUgneBCIM3psvosDdLl-64" edge="1" parent="1" source="MvUgneBCIM3psvosDdLl-60" style="edgeStyle=orthogonalEdgeStyle;rounded=0;orthogonalLoop=1;jettySize=auto;html=1;exitX=0.5;exitY=0;exitDx=0;exitDy=0;entryX=0.5;entryY=1;entryDx=0;entryDy=0;endArrow=none;endFill=0;fontFamily=modern;fontSource=https%3A%2F%2Fsourceforge.net%2Fprojects%2Fcm-unicode%2F;" target="MvUgneBCIM3psvosDdLl-58">
+         <mxCell id="MvUgneBCIM3psvosDdLl-64" edge="1" parent="1" source="MvUgneBCIM3psvosDdLl-60" style="edgeStyle=orthogonalEdgeStyle;rounded=0;orthogonalLoop=1;jettySize=auto;html=1;exitX=0.5;exitY=0;exitDx=0;exitDy=0;entryX=0.5;entryY=1;entryDx=0;entryDy=0;endArrow=none;endFill=0;fontFamily=modern;fontSource=https%3A%2F%2Fsourceforge.net%2Fprojects%2Fcm-unicode%2F;fontSize=14;" target="MvUgneBCIM3psvosDdLl-58">
          <mxGeometry relative="1" as="geometry" />
        </mxCell>
-         <mxCell id="MvUgneBCIM3psvosDdLl-60" parent="1" style="ellipse;whiteSpace=wrap;html=1;aspect=fixed;fillColor=light-dark(#000000,#000000);fontFamily=modern;fontSource=https%3A%2F%2Fsourceforge.net%2Fprojects%2Fcm-unicode%2F;" value="" vertex="1">
+         <mxCell id="MvUgneBCIM3psvosDdLl-60" parent="1" style="ellipse;whiteSpace=wrap;html=1;aspect=fixed;fillColor=light-dark(#000000,#000000);fontFamily=modern;fontSource=https%3A%2F%2Fsourceforge.net%2Fprojects%2Fcm-unicode%2F;fontSize=14;" value="" vertex="1">
          <mxGeometry height="20" width="20" x="1010" y="180" as="geometry" />
        </mxCell>
-         <mxCell id="MvUgneBCIM3psvosDdLl-65" parent="1" style="text;html=1;whiteSpace=wrap;strokeColor=none;fillColor=none;align=center;verticalAlign=middle;rounded=0;fontFamily=modern;fontSource=https%3A%2F%2Fsourceforge.net%2Fprojects%2Fcm-unicode%2F;" value="Line" vertex="1">
+         <mxCell id="MvUgneBCIM3psvosDdLl-65" parent="1" style="text;html=1;whiteSpace=wrap;strokeColor=none;fillColor=none;align=center;verticalAlign=middle;rounded=0;fontFamily=modern;fontSource=https%3A%2F%2Fsourceforge.net%2Fprojects%2Fcm-unicode%2F;fontSize=14;" value="Line" vertex="1">
          <mxGeometry height="30" width="60" x="110" y="70" as="geometry" />
        </mxCell>
-         <mxCell id="MvUgneBCIM3psvosDdLl-66" parent="1" style="text;html=1;whiteSpace=wrap;strokeColor=none;fillColor=none;align=center;verticalAlign=middle;rounded=0;fontFamily=modern;fontSource=https%3A%2F%2Fsourceforge.net%2Fprojects%2Fcm-unicode%2F;" value="Star" vertex="1">
+         <mxCell id="MvUgneBCIM3psvosDdLl-66" parent="1" style="text;html=1;whiteSpace=wrap;strokeColor=none;fillColor=none;align=center;verticalAlign=middle;rounded=0;fontFamily=modern;fontSource=https%3A%2F%2Fsourceforge.net%2Fprojects%2Fcm-unicode%2F;fontSize=14;" value="Star" vertex="1">
          <mxGeometry height="30" width="60" x="310" y="70" as="geometry" />
        </mxCell>
-         <mxCell id="MvUgneBCIM3psvosDdLl-67" parent="1" style="text;html=1;whiteSpace=wrap;strokeColor=none;fillColor=none;align=center;verticalAlign=middle;rounded=0;fontFamily=modern;fontSource=https%3A%2F%2Fsourceforge.net%2Fprojects%2Fcm-unicode%2F;" value="Ring" vertex="1">
+         <mxCell id="MvUgneBCIM3psvosDdLl-67" parent="1" style="text;html=1;whiteSpace=wrap;strokeColor=none;fillColor=none;align=center;verticalAlign=middle;rounded=0;fontFamily=modern;fontSource=https%3A%2F%2Fsourceforge.net%2Fprojects%2Fcm-unicode%2F;fontSize=14;" value="Ring" vertex="1">
          <mxGeometry height="30" width="60" x="495" y="71" as="geometry" />
        </mxCell>
-         <mxCell id="MvUgneBCIM3psvosDdLl-68" parent="1" style="text;html=1;whiteSpace=wrap;strokeColor=none;fillColor=none;align=center;verticalAlign=middle;rounded=0;fontFamily=modern;fontSource=https%3A%2F%2Fsourceforge.net%2Fprojects%2Fcm-unicode%2F;" value="Mesh" vertex="1">
+         <mxCell id="MvUgneBCIM3psvosDdLl-68" parent="1" style="text;html=1;whiteSpace=wrap;strokeColor=none;fillColor=none;align=center;verticalAlign=middle;rounded=0;fontFamily=modern;fontSource=https%3A%2F%2Fsourceforge.net%2Fprojects%2Fcm-unicode%2F;fontSize=14;" value="Mesh" vertex="1">
          <mxGeometry height="30" width="60" x="690" y="70" as="geometry" />
        </mxCell>
-         <mxCell id="MvUgneBCIM3psvosDdLl-69" parent="1" style="text;html=1;whiteSpace=wrap;strokeColor=none;fillColor=none;align=center;verticalAlign=middle;rounded=0;fontFamily=modern;fontSource=https%3A%2F%2Fsourceforge.net%2Fprojects%2Fcm-unicode%2F;" value="Bus" vertex="1">
+         <mxCell id="MvUgneBCIM3psvosDdLl-69" parent="1" style="text;html=1;whiteSpace=wrap;strokeColor=none;fillColor=none;align=center;verticalAlign=middle;rounded=0;fontFamily=modern;fontSource=https%3A%2F%2Fsourceforge.net%2Fprojects%2Fcm-unicode%2F;fontSize=14;" value="Bus" vertex="1">
          <mxGeometry height="30" width="60" x="950" y="70" as="geometry" />
        </mxCell>
      </root>
    </mxGraphModel>
  </diagram>
</mxfile>
